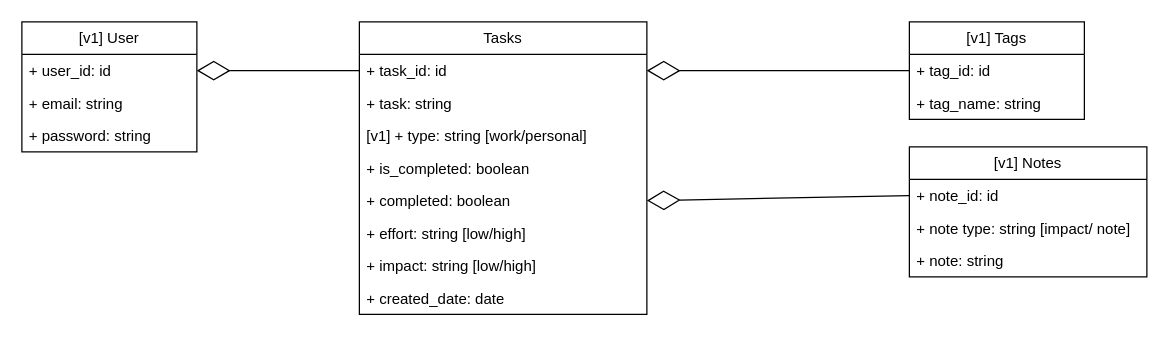
Above: Planner.drawio in danivijay/flow_diagrams (draw.io), before the change. Source tidied: cells renumbered, new cells numbered last; positions are measured from the earlier drawing's top-left corner, leaving out a move shared by most shapes. Both pictures are drawn from the tidied source at 125%, with x=0, y=0 at pixel (21, 21).
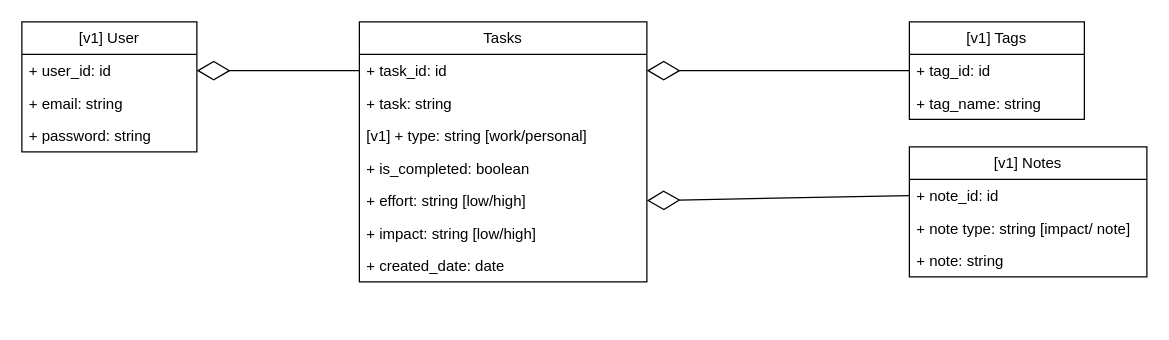
Above is the later version.

Unchanged cells that the change refers to:
```xml
<mxCell id="15" value="+ note_id: id" style="text;strokeColor=none;fillColor=none;align=left;verticalAlign=top;spacingLeft=4;spacingRight=4;overflow=hidden;points=[[0,0.5],[1,0.5]];portConstraint=eastwest;whiteSpace=wrap;html=1;" parent="14" vertex="1">
  <mxGeometry y="26" width="190" height="26" as="geometry" />
</mxCell>
```

Diff of the diagram source:
```diff
@@
     <mxCell id="2" value="Tasks" style="swimlane;fontStyle=0;horizontal=1;startSize=26;fillColor=none;whiteSpace=wrap;html=1;" parent="1" vertex="1">
-      <mxGeometry x="270" width="230" height="234" as="geometry" />
+      <mxGeometry x="270" width="230" height="208" as="geometry" />
     </mxCell>
@@
-    <mxCell id="7" value="+ completed: boolean" style="text;strokeColor=none;fillColor=none;align=left;verticalAlign=top;spacingLeft=4;spacingRight=4;overflow=hidden;points=[[0,0.5],[1,0.5]];portConstraint=eastwest;whiteSpace=wrap;html=1;" parent="2" vertex="1">
-      <mxGeometry y="130" width="230" height="26" as="geometry" />
-    </mxCell>
     <mxCell id="8" value="+ effort: string [low/high]" style="text;strokeColor=none;fillColor=none;align=left;verticalAlign=top;spacingLeft=4;spacingRight=4;overflow=hidden;whiteSpace=wrap;html=1;" parent="2" vertex="1">
-      <mxGeometry y="156" width="230" height="26" as="geometry" />
+      <mxGeometry y="130" width="230" height="26" as="geometry" />
     </mxCell>
     <mxCell id="9" value="+ impact: string [low/high]" style="text;strokeColor=none;fillColor=none;align=left;verticalAlign=top;spacingLeft=4;spacingRight=4;overflow=hidden;whiteSpace=wrap;html=1;" parent="2" vertex="1">
-      <mxGeometry y="182" width="230" height="26" as="geometry" />
+      <mxGeometry y="156" width="230" height="26" as="geometry" />
     </mxCell>
     <mxCell id="10" value="+ created_date: date" style="text;strokeColor=none;fillColor=none;align=left;verticalAlign=top;spacingLeft=4;spacingRight=4;overflow=hidden;whiteSpace=wrap;html=1;" parent="2" vertex="1">
-      <mxGeometry y="208" width="230" height="26" as="geometry" />
+      <mxGeometry y="182" width="230" height="26" as="geometry" />
     </mxCell>
@@
-    <mxCell id="19" style="endArrow=diamondThin;endFill=0;endSize=24;html=1;rounded=0;entryX=1;entryY=0.5;entryDx=0;entryDy=0;exitX=0;exitY=0.5;exitDx=0;exitDy=0;" parent="1" edge="1" source="15" target="7">
-      <mxGeometry relative="1" as="geometry" />
+    <mxCell id="19" style="endArrow=diamondThin;endFill=0;endSize=24;html=1;rounded=0;entryX=1;entryY=0.5;entryDx=0;entryDy=0;exitX=0;exitY=0.5;exitDx=0;exitDy=0;" parent="1" edge="1" source="15">
+      <mxGeometry relative="1" as="geometry">
+        <mxPoint x="500" y="143" as="targetPoint" />
+      </mxGeometry>
     </mxCell>
```
